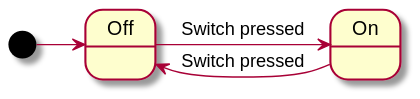
Above: docs/languages/TODO.svg in emmby/statesmith-simplified (PlantUML), before the change. Source of this version:
```plantuml
@startuml TODO
[*] -> Off
Off -> On : Switch pressed
On -> Off : Switch pressed
@enduml
```
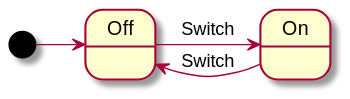
Later version of the same file.

Commit message:
Generate SVG files for PlantUML diagrams

Diff of the diagram source:
```diff
@@ -1,5 +1,5 @@
 @startuml TODO
 [*] -> Off
-Off -> On : Switch pressed
-On -> Off : Switch pressed
+Off -> On : Switch
+On -> Off : Switch
 @enduml
```
